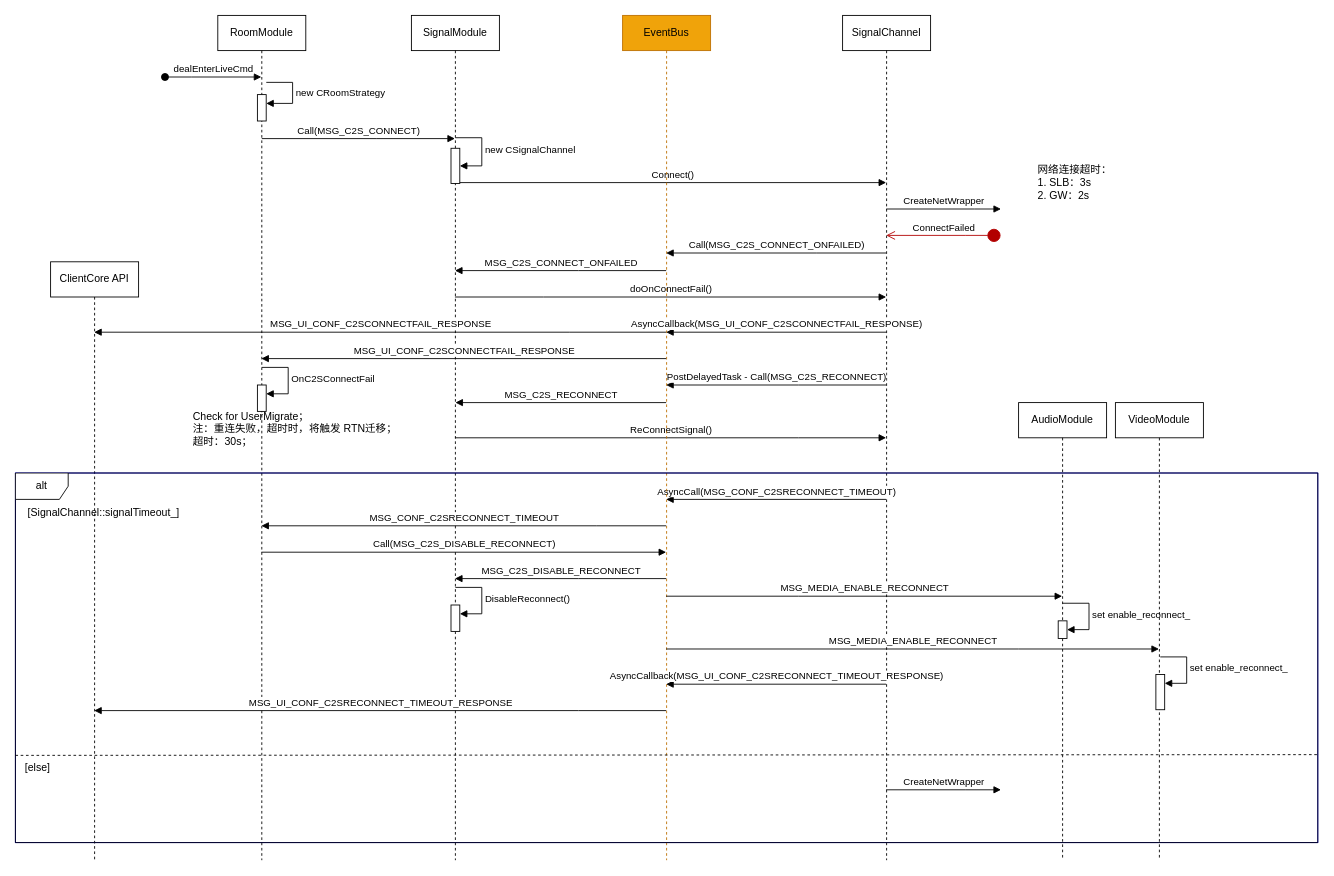
Earlier version of the draw.io diagram reconnect.drawio (cnnop007/arch-docs). Source tidied: cells renumbered, new cells numbered last; positions are measured from the earlier drawing's top-left corner, leaving out a move shared by most shapes. Both pictures are drawn from the tidied source at 88%, with x=0, y=0 at pixel (15, 15).
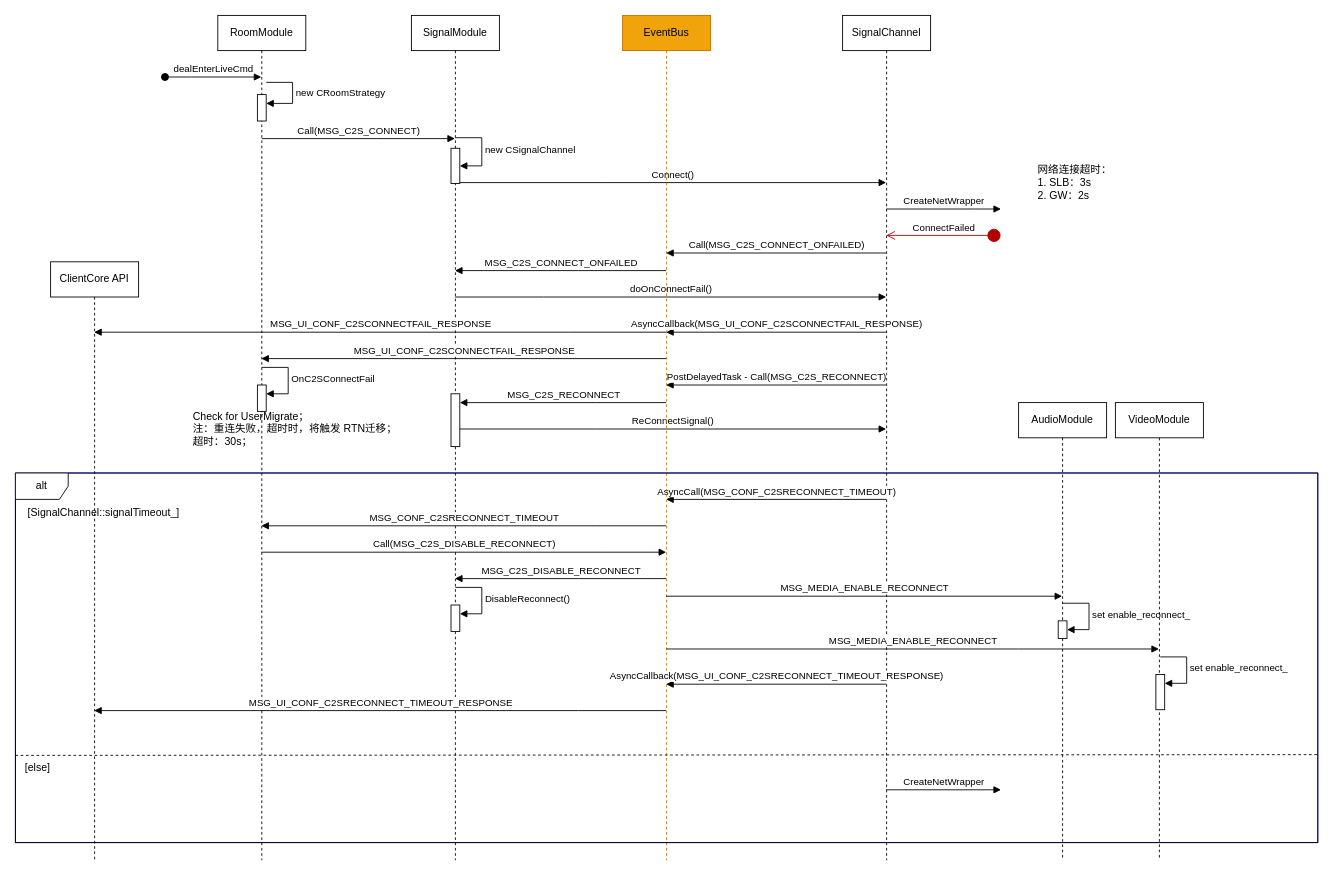
Above is the later version.

Unchanged cells that the change refers to:
```xml
<mxCell id="8" value="SignalModule" style="shape=umlLifeline;perimeter=lifelinePerimeter;whiteSpace=wrap;html=1;outlineConnect=0;portConstraint=eastwest;newEdgeStyle={&quot;edgeStyle&quot;:&quot;elbowEdgeStyle&quot;,&quot;elbow&quot;:&quot;vertical&quot;,&quot;curved&quot;:0,&quot;rounded&quot;:0};" parent="1" vertex="1">
  <mxGeometry x="450" width="100" height="960" as="geometry" />
</mxCell>
<mxCell id="14" value="SignalChannel" style="shape=umlLifeline;perimeter=lifelinePerimeter;whiteSpace=wrap;html=1;outlineConnect=0;portConstraint=eastwest;newEdgeStyle={&quot;edgeStyle&quot;:&quot;elbowEdgeStyle&quot;,&quot;elbow&quot;:&quot;vertical&quot;,&quot;curved&quot;:0,&quot;rounded&quot;:0};" parent="1" vertex="1">
  <mxGeometry x="940" width="100" height="960" as="geometry" />
</mxCell>
<mxCell id="23" value="EventBus" style="shape=umlLifeline;perimeter=lifelinePerimeter;whiteSpace=wrap;html=1;outlineConnect=0;portConstraint=eastwest;newEdgeStyle={&quot;edgeStyle&quot;:&quot;elbowEdgeStyle&quot;,&quot;elbow&quot;:&quot;vertical&quot;,&quot;curved&quot;:0,&quot;rounded&quot;:0};strokeColor=#BD7000;fillColor=#f0a30a;fontColor=#000000;" parent="1" vertex="1">
  <mxGeometry x="690" width="100" height="960" as="geometry" />
</mxCell>
```

What changed in the source:
```diff
@@
+    <mxCell id="51" style="html=1;points=[];perimeter=orthogonalPerimeter;outlineConnect=0;targetShapes=umlLifeline;portConstraint=eastwest;newEdgeStyle={&quot;edgeStyle&quot;:&quot;elbowEdgeStyle&quot;,&quot;elbow&quot;:&quot;vertical&quot;,&quot;curved&quot;:0,&quot;rounded&quot;:0};" parent="8" vertex="1">
+      <mxGeometry x="45" y="430" width="10" height="60" as="geometry" />
+    </mxCell>
@@
-    <mxCell id="21" value="ReConnectSignal()" style="html=1;verticalAlign=bottom;endArrow=block;edgeStyle=elbowEdgeStyle;elbow=vertical;curved=0;rounded=0;" parent="1" edge="1" source="8" target="14">
+    <mxCell id="21" value="ReConnectSignal()" style="html=1;verticalAlign=bottom;endArrow=block;edgeStyle=elbowEdgeStyle;elbow=vertical;curved=0;rounded=0;" parent="1" edge="1" source="51" target="14">
       <mxGeometry relative="1" as="geometry">
         <Array as="points">
+          <mxPoint x="660" y="470" />
           <mxPoint x="890" y="480" />
           <mxPoint x="850" y="470" />
           <mxPoint x="870" y="490" />
           <mxPoint x="840" y="500" />
           <mxPoint x="680" y="480" />
         </Array>
       </mxGeometry>
     </mxCell>
@@
-    <mxCell id="26" value="MSG_C2S_RECONNECT" style="html=1;verticalAlign=bottom;endArrow=block;edgeStyle=elbowEdgeStyle;elbow=vertical;curved=0;rounded=0;" parent="1" edge="1" source="23">
+    <mxCell id="26" value="MSG_C2S_RECONNECT" style="html=1;verticalAlign=bottom;endArrow=block;edgeStyle=elbowEdgeStyle;elbow=vertical;curved=0;rounded=0;" parent="1" edge="1" source="23" target="51">
       <mxGeometry relative="1" as="geometry">
-        <mxPoint x="500" y="440" as="targetPoint" />
         <Array as="points">
+          <mxPoint x="660" y="440" />
           <mxPoint x="700" y="440" />
           <mxPoint x="710" y="450" />
           <mxPoint x="700" y="440" />
           <mxPoint x="720" y="460" />
           <mxPoint x="560" y="460" />
           <mxPoint x="530" y="430" />
           <mxPoint x="700" y="430" />
           <mxPoint x="700" y="440" />
           <mxPoint x="540" y="370" />
           <mxPoint x="520" y="380" />
           <mxPoint x="700" y="369" />
           <mxPoint x="710" y="369" />
           <mxPoint x="690" y="379" />
           <mxPoint x="550" y="359" />
           <mxPoint x="540" y="449" />
           <mxPoint x="530" y="369" />
           <mxPoint x="710" y="379" />
           <mxPoint x="710" y="359" />
           <mxPoint x="710" y="359" />
           <mxPoint x="570" y="459" />
         </Array>
       </mxGeometry>
     </mxCell>
```
